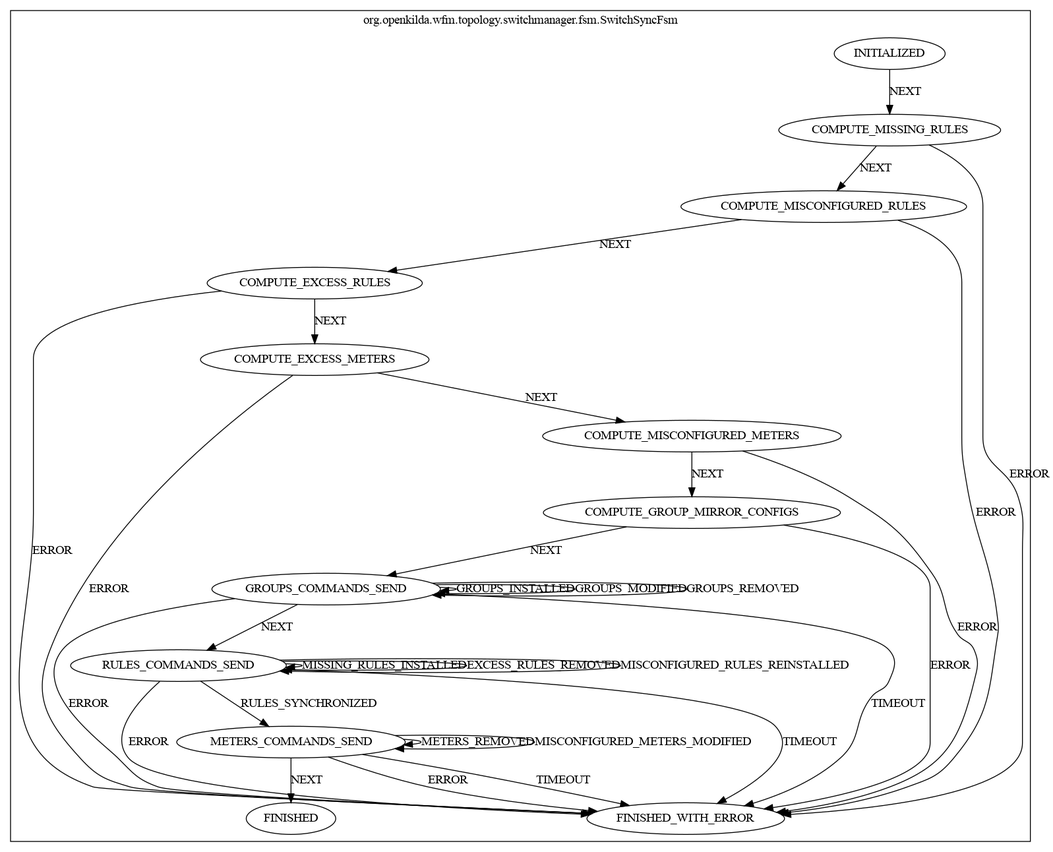
The Graphviz diagram docs/design/hub-and-spoke/switch-sync/switch-sync-fsm.png in telstra/open-kilda, before a commit. Its source is kept beside it as docs/design/hub-and-spoke/switch-sync/switch-sync-fsm.dot.
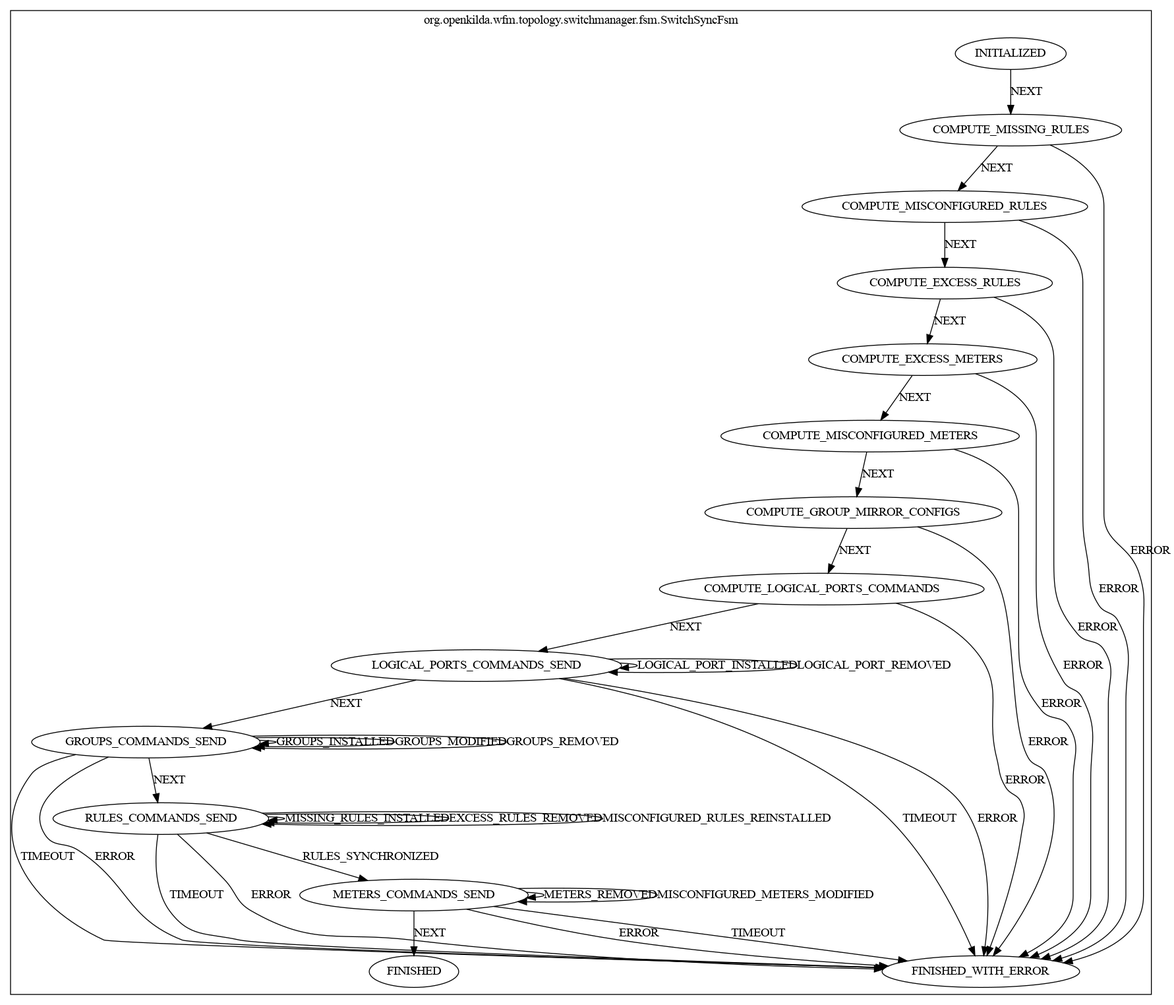
After the commit.

The edit, as a diff of the source:
```diff
@@ -5,9 +5,11 @@
 GROUPS_COMMANDS_SEND [label="GROUPS_COMMANDS_SEND"];
 RULES_COMMANDS_SEND [label="RULES_COMMANDS_SEND"];
 METERS_COMMANDS_SEND [label="METERS_COMMANDS_SEND"];
+LOGICAL_PORTS_COMMANDS_SEND [label="LOGICAL_PORTS_COMMANDS_SEND"];
 INITIALIZED [label="INITIALIZED"];
 COMPUTE_EXCESS_RULES [label="COMPUTE_EXCESS_RULES"];
 COMPUTE_GROUP_MIRROR_CONFIGS [label="COMPUTE_GROUP_MIRROR_CONFIGS"];
+COMPUTE_LOGICAL_PORTS_COMMANDS [label="COMPUTE_LOGICAL_PORTS_COMMANDS"];
 COMPUTE_MISSING_RULES [label="COMPUTE_MISSING_RULES"];
 COMPUTE_MISCONFIGURED_RULES [label="COMPUTE_MISCONFIGURED_RULES"];
 FINISHED [label="FINISHED"];
@@ -15,6 +17,11 @@
 COMPUTE_EXCESS_METERS [label="COMPUTE_EXCESS_METERS"];
 COMPUTE_MISCONFIGURED_METERS [label="COMPUTE_MISCONFIGURED_METERS"];
 
+LOGICAL_PORTS_COMMANDS_SEND -> LOGICAL_PORTS_COMMANDS_SEND [ label="LOGICAL_PORT_INSTALLED"];
+LOGICAL_PORTS_COMMANDS_SEND -> LOGICAL_PORTS_COMMANDS_SEND [ label="LOGICAL_PORT_REMOVED"];
+LOGICAL_PORTS_COMMANDS_SEND -> FINISHED_WITH_ERROR [ label="TIMEOUT"];
+LOGICAL_PORTS_COMMANDS_SEND -> FINISHED_WITH_ERROR [ label="ERROR"];
+LOGICAL_PORTS_COMMANDS_SEND -> GROUPS_COMMANDS_SEND [ label="NEXT"];
 GROUPS_COMMANDS_SEND -> GROUPS_COMMANDS_SEND [ label="GROUPS_INSTALLED"];
 GROUPS_COMMANDS_SEND -> GROUPS_COMMANDS_SEND [ label="GROUPS_MODIFIED"];
 GROUPS_COMMANDS_SEND -> GROUPS_COMMANDS_SEND [ label="GROUPS_REMOVED"];
@@ -36,7 +43,9 @@
 COMPUTE_EXCESS_RULES -> FINISHED_WITH_ERROR [ label="ERROR"];
 COMPUTE_EXCESS_RULES -> COMPUTE_EXCESS_METERS [ label="NEXT"];
 COMPUTE_GROUP_MIRROR_CONFIGS -> FINISHED_WITH_ERROR [ label="ERROR"];
-COMPUTE_GROUP_MIRROR_CONFIGS -> GROUPS_COMMANDS_SEND [ label="NEXT"];
+COMPUTE_GROUP_MIRROR_CONFIGS -> COMPUTE_LOGICAL_PORTS_COMMANDS [ label="NEXT"];
+COMPUTE_LOGICAL_PORTS_COMMANDS -> FINISHED_WITH_ERROR [ label="ERROR"];
+COMPUTE_LOGICAL_PORTS_COMMANDS -> LOGICAL_PORTS_COMMANDS_SEND [ label="NEXT"];
 COMPUTE_MISSING_RULES -> FINISHED_WITH_ERROR [ label="ERROR"];
 COMPUTE_MISSING_RULES -> COMPUTE_MISCONFIGURED_RULES [ label="NEXT"];
 COMPUTE_MISCONFIGURED_RULES -> FINISHED_WITH_ERROR [ label="ERROR"];
```
